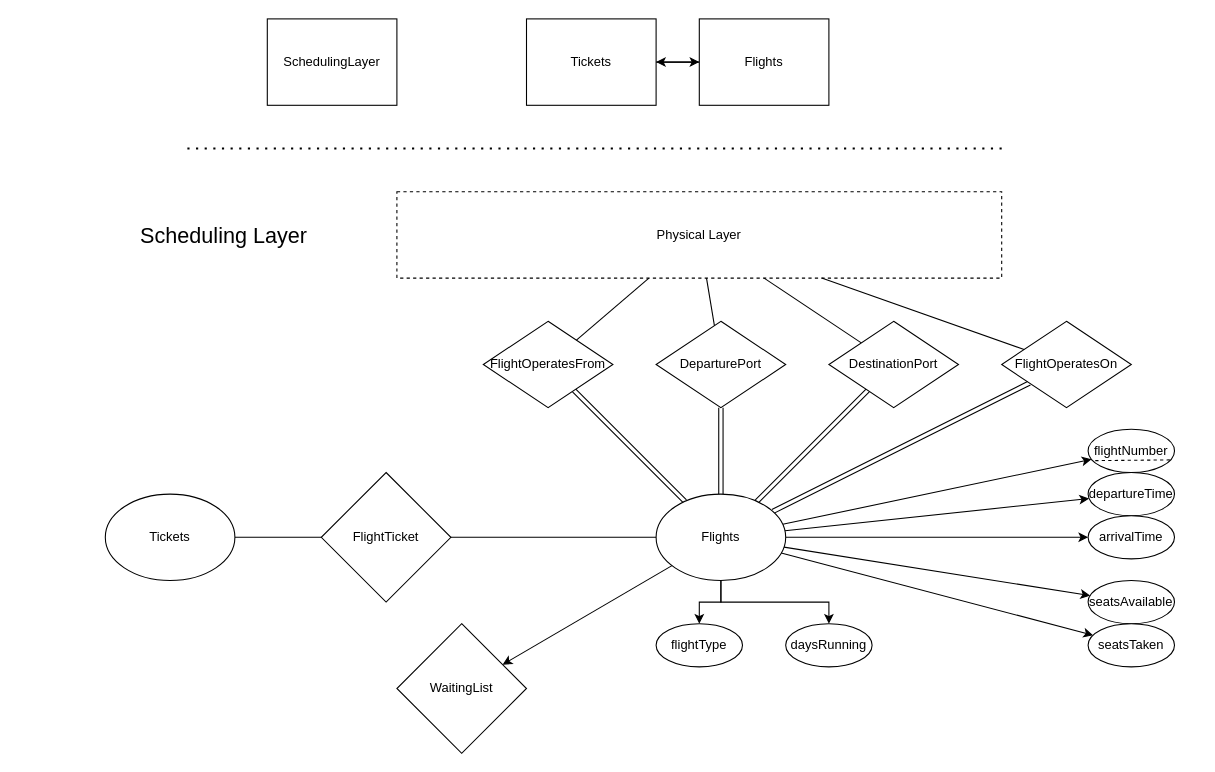
Above: page "SchedulingLayer" (4 of 7) of ERDiagram.drawio in kyle4036/DatabaseManagement2026Project1 (draw.io), before the change. Source tidied: cells renumbered, new cells numbered last; positions are measured from the earlier drawing's top-left corner, leaving out a move shared by most shapes. Both pictures are drawn from the tidied source at 108%, with x=0, y=0 at pixel (105, 18).
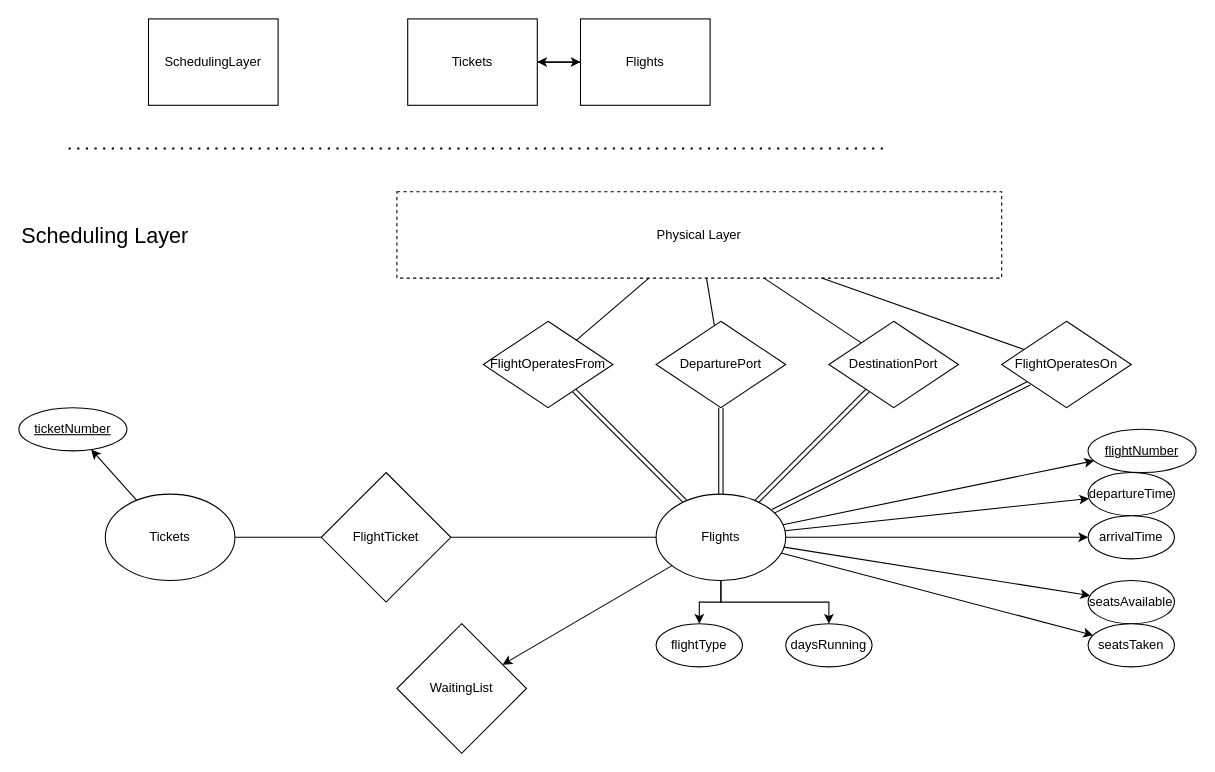
The same page after the edit.

Unchanged cells that the change refers to:
```xml
<mxCell id="23" value="Tickets" style="ellipse;whiteSpace=wrap;html=1;" parent="1" vertex="1">
  <mxGeometry y="440" width="120" height="80" as="geometry" />
</mxCell>
```

Diff of the diagram source:
```diff
@@
     <mxCell id="3" value="Flights" style="whiteSpace=wrap;html=1;" parent="1" vertex="1">
-      <mxGeometry x="550" width="120" height="80" as="geometry" />
+      <mxGeometry x="440" width="120" height="80" as="geometry" />
     </mxCell>
@@
     <mxCell id="5" value="Tickets" style="whiteSpace=wrap;html=1;" parent="1" vertex="1">
-      <mxGeometry x="390" width="120" height="80" as="geometry" />
+      <mxGeometry x="280" width="120" height="80" as="geometry" />
     </mxCell>
     <mxCell id="6" value="SchedulingLayer" style="whiteSpace=wrap;html=1;" parent="1" vertex="1">
-      <mxGeometry x="150" width="120" height="80" as="geometry" />
+      <mxGeometry x="40" width="120" height="80" as="geometry" />
     </mxCell>
     <mxCell id="7" style="endArrow=none;dashed=1;html=1;dashPattern=1 3;strokeWidth=2;rounded=0;" parent="1" edge="1">
       <mxGeometry relative="1" as="geometry">
-        <mxPoint x="830" y="120" as="sourcePoint" />
-        <mxPoint x="70" y="120" as="targetPoint" />
+        <mxPoint x="720" y="120" as="sourcePoint" />
+        <mxPoint x="-40" y="120" as="targetPoint" />
       </mxGeometry>
     </mxCell>
     <mxCell id="8" value="&lt;font style=&quot;font-size: 20px;&quot;&gt;Scheduling Layer&lt;/font&gt;" style="text;html=1;whiteSpace=wrap;strokeColor=none;fillColor=none;align=center;verticalAlign=middle;rounded=0;" parent="1" vertex="1">
-      <mxGeometry x="30" y="160" width="160" height="80" as="geometry" />
+      <mxGeometry x="-80" y="160" width="160" height="80" as="geometry" />
     </mxCell>
@@
+    <mxCell id="46" style="rounded=0;jettySize=auto;html=1;" parent="1" edge="1" source="23" target="47">
+      <mxGeometry relative="1" as="geometry" />
+    </mxCell>
@@
-    <mxCell id="34" style="group;" parent="1" vertex="1">
-      <mxGeometry x="910" y="380" width="80" height="40" as="geometry" />
-    </mxCell>
-    <mxCell id="35" value="flightNumber" style="ellipse;whiteSpace=wrap;html=1;" parent="34" vertex="1">
-      <mxGeometry width="80" height="40" as="geometry" />
-    </mxCell>
-    <mxCell id="36" style="endArrow=none;dashed=1;html=1;rounded=0;exitX=0.083;exitY=0.725;exitDx=0;exitDy=0;exitPerimeter=0;entryX=0.963;entryY=0.708;entryDx=0;entryDy=0;entryPerimeter=0;" parent="34" edge="1" source="35" target="35">
-      <mxGeometry relative="1" as="geometry" />
-    </mxCell>
@@
+    <mxCell id="47" value="ticketNumber" style="ellipse;whiteSpace=wrap;html=1;align=center;fontStyle=4;" parent="1" vertex="1">
+      <mxGeometry x="-80" y="360" width="100" height="40" as="geometry" />
+    </mxCell>
+    <mxCell id="35" value="flightNumber" style="ellipse;whiteSpace=wrap;html=1;align=center;fontStyle=4;" parent="1" vertex="1">
+      <mxGeometry x="910" y="380" width="100" height="40" as="geometry" />
+    </mxCell>
```
